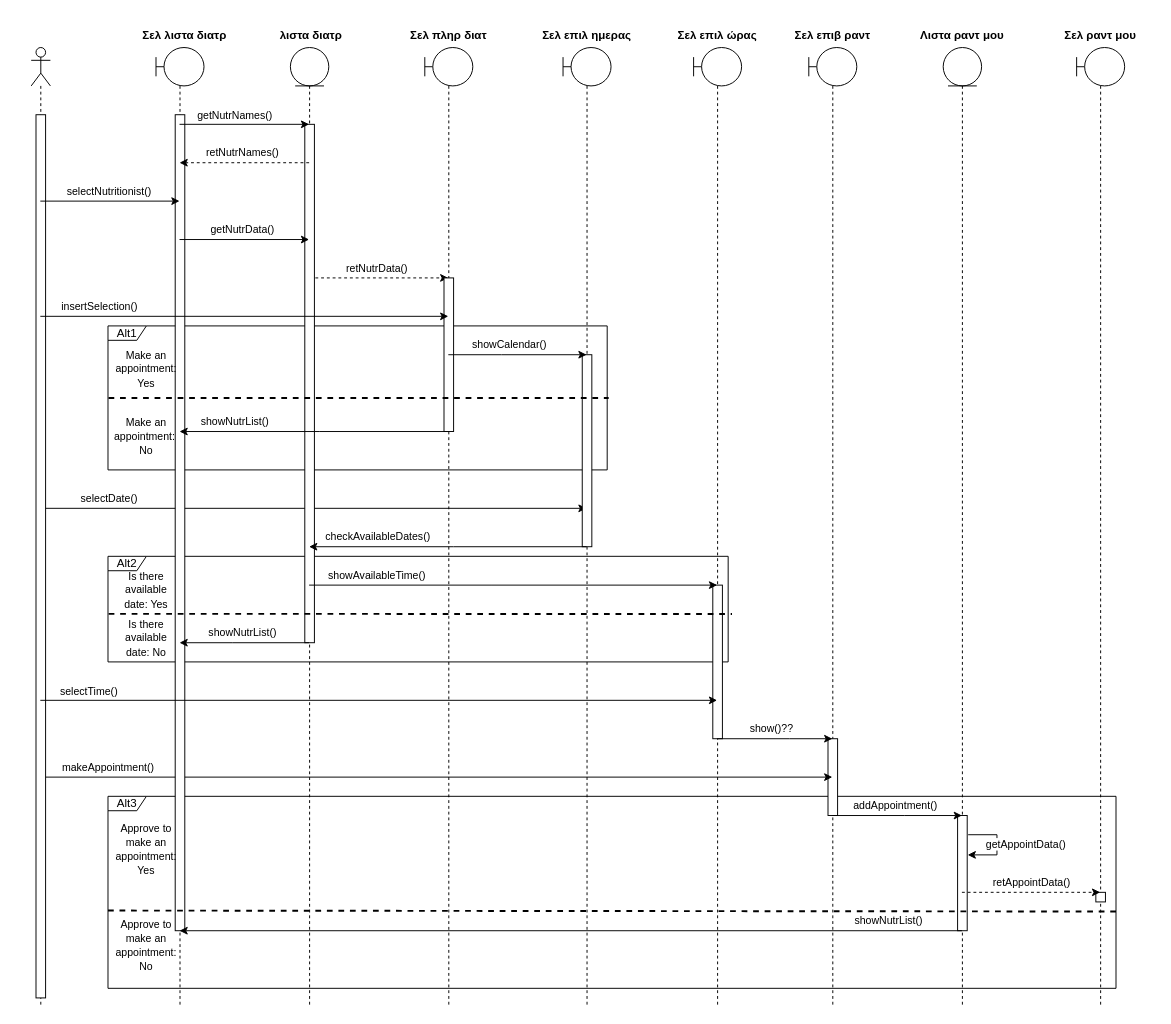
The draw.io diagram ΠΕΜΠΤΟ ΠΑΡΑΔΟΤΕΟ/ΔΙΟΡΘΩΣΕΙΣ ΠΡΟΗΓΟΥΜΕΝΩΝ ΠΑΡΑΔΟΤΕΩΝ/Sequence-diagrams-v0.2/sd_ραντεβου_με_διατροφολογο.drawio in Dionkaps/Eu-Zin, before the edit. Source tidied: cells renumbered, new cells numbered last; positions are measured from the earlier drawing's top-left corner, leaving out a move shared by most shapes. Both pictures are drawn from the tidied source at 96%, with x=0, y=0 at pixel (31, 22).
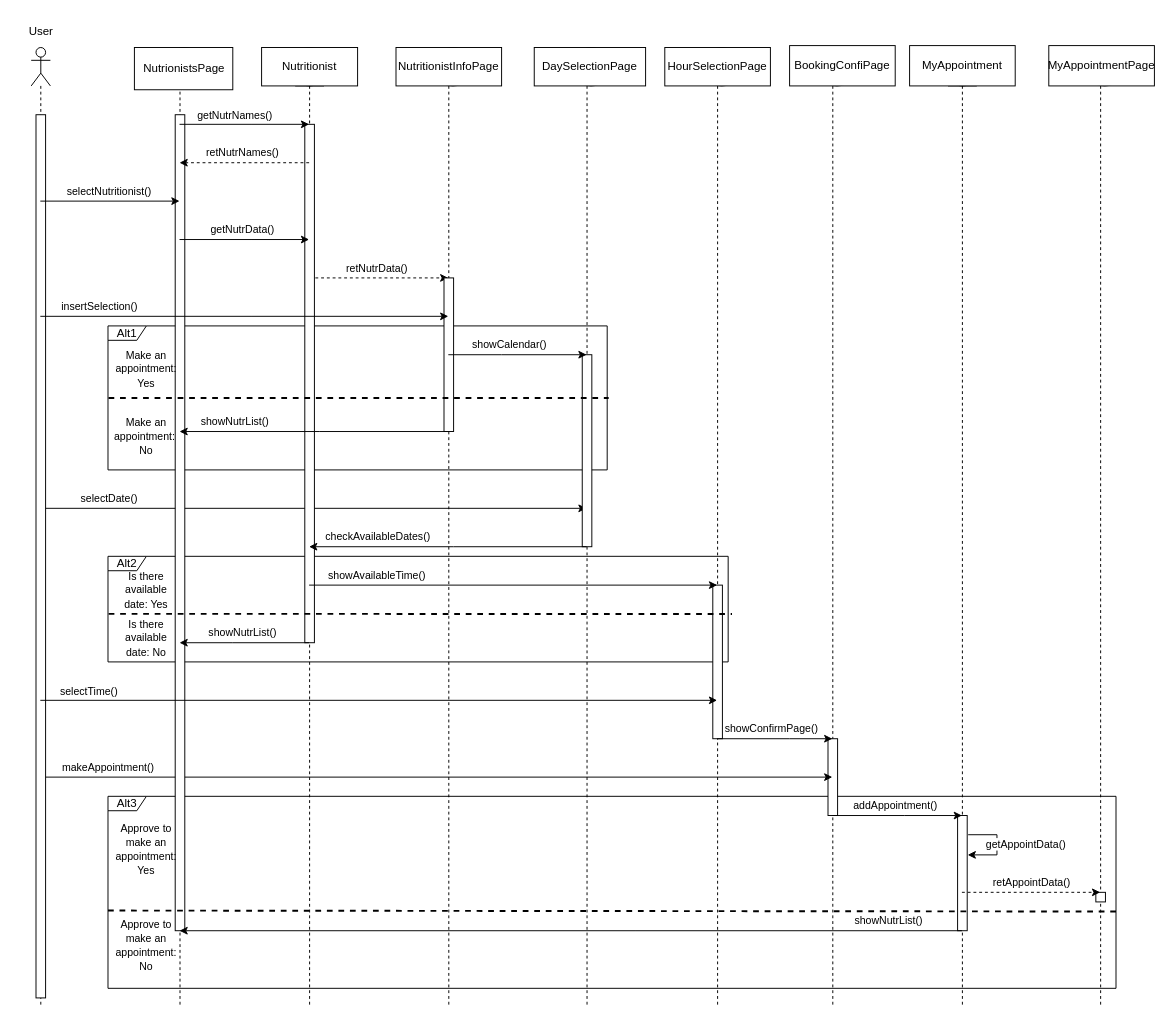
The same page after the edit.

The change refers to these unchanged cells:
```xml
<mxCell id="3" style="shape=umlLifeline;participant=umlBoundary;perimeter=lifelinePerimeter;whiteSpace=wrap;html=1;verticalAlign=top;spacingTop=36;outlineConnect=0;" parent="1" vertex="1">
  <mxGeometry x="810" y="26" width="50" height="1000" as="geometry" />
</mxCell>
<mxCell id="39" style="shape=umlLifeline;participant=umlBoundary;perimeter=lifelinePerimeter;whiteSpace=wrap;html=1;verticalAlign=top;spacingTop=36;outlineConnect=0;" parent="1" vertex="1">
  <mxGeometry x="690" y="26" width="50" height="1000" as="geometry" />
</mxCell>
```

The edit, as a diff of the source:
```diff
@@
-    <mxCell id="23" value="Σελ λιστα διατρ" style="text;align=center;fontStyle=1;verticalAlign=middle;spacingLeft=3;spacingRight=3;strokeColor=none;" parent="1" vertex="1">
-      <mxGeometry x="120" width="80" height="26" as="geometry" />
-    </mxCell>
-    <mxCell id="24" value=" λιστα διατρ" style="text;align=center;fontStyle=1;verticalAlign=middle;spacingLeft=3;spacingRight=3;strokeColor=none;" parent="1" vertex="1">
-      <mxGeometry x="250" width="80" height="26" as="geometry" />
-    </mxCell>
-    <mxCell id="25" value="Σελ πληρ διατ" style="text;align=center;fontStyle=1;verticalAlign=middle;spacingLeft=3;spacingRight=3;strokeColor=none;" parent="1" vertex="1">
-      <mxGeometry x="395" width="80" height="26" as="geometry" />
-    </mxCell>
@@
-    <mxCell id="38" value="Σελ επιλ ημερας" style="text;align=center;fontStyle=1;verticalAlign=middle;spacingLeft=3;spacingRight=3;strokeColor=none;" parent="1" vertex="1">
-      <mxGeometry x="539" width="80" height="26" as="geometry" />
-    </mxCell>
@@
-    <mxCell id="44" value="Σελ επιλ ώρας" style="text;align=center;fontStyle=1;verticalAlign=middle;spacingLeft=3;spacingRight=3;strokeColor=none;" parent="1" vertex="1">
-      <mxGeometry x="675" width="80" height="26" as="geometry" />
-    </mxCell>
@@
-    <mxCell id="50" value="show()??" style="endArrow=classic;html=1;rounded=0;strokeWidth=1;fontSize=11;" parent="1" edge="1" source="39" target="3">
+    <mxCell id="50" value="showConfirmPage()" style="endArrow=classic;html=1;rounded=0;strokeWidth=1;fontSize=11;" parent="1" edge="1" source="39" target="3">
       <mxGeometry x="-0.07" y="10" relative="1" as="geometry">
         <Array as="points">
           <mxPoint x="790" y="746" />
         </Array>
       </mxGeometry>
     </mxCell>
@@
-    <mxCell id="58" value="Σελ επιβ ραντ" style="text;align=center;fontStyle=1;verticalAlign=middle;spacingLeft=3;spacingRight=3;strokeColor=none;" parent="1" vertex="1">
-      <mxGeometry x="795" width="80" height="26" as="geometry" />
-    </mxCell>
-    <mxCell id="59" value="Λιστα ραντ μου" style="text;align=center;fontStyle=1;verticalAlign=middle;spacingLeft=3;spacingRight=3;strokeColor=none;" parent="1" vertex="1">
-      <mxGeometry x="930" width="80" height="26" as="geometry" />
-    </mxCell>
-    <mxCell id="60" value="Σελ ραντ μου" style="text;align=center;fontStyle=1;verticalAlign=middle;spacingLeft=3;spacingRight=3;strokeColor=none;" parent="1" vertex="1">
-      <mxGeometry x="1074" width="80" height="26" as="geometry" />
-    </mxCell>
+    <mxCell id="61" value="NutrionistsPage" style="rounded=0;whiteSpace=wrap;html=1;" parent="1" vertex="1">
+      <mxGeometry x="107.5" y="26" width="102.5" height="44" as="geometry" />
+    </mxCell>
+    <mxCell id="62" value="User" style="text;html=1;align=center;verticalAlign=middle;strokeColor=none;fillColor=none;" parent="1" vertex="1">
+      <mxGeometry x="-15" y="-6" width="50" height="30" as="geometry" />
+    </mxCell>
+    <mxCell id="63" value="Nutritionist" style="rounded=0;whiteSpace=wrap;html=1;" parent="1" vertex="1">
+      <mxGeometry x="240" y="26" width="100" height="40" as="geometry" />
+    </mxCell>
+    <mxCell id="64" value="NutritionistInfoPage" style="rounded=0;whiteSpace=wrap;html=1;" parent="1" vertex="1">
+      <mxGeometry x="380" y="26" width="110" height="40" as="geometry" />
+    </mxCell>
+    <mxCell id="65" value="DaySelectionPage" style="rounded=0;whiteSpace=wrap;html=1;" parent="1" vertex="1">
+      <mxGeometry x="524" y="26" width="116" height="40" as="geometry" />
+    </mxCell>
+    <mxCell id="66" value="HourSelectionPage" style="rounded=0;whiteSpace=wrap;html=1;" parent="1" vertex="1">
+      <mxGeometry x="660" y="26" width="110" height="40" as="geometry" />
+    </mxCell>
+    <mxCell id="67" value="BookingConfiPage" style="rounded=0;whiteSpace=wrap;html=1;" parent="1" vertex="1">
+      <mxGeometry x="790" y="24" width="110" height="42" as="geometry" />
+    </mxCell>
+    <mxCell id="68" value="MyAppointment" style="rounded=0;whiteSpace=wrap;html=1;" parent="1" vertex="1">
+      <mxGeometry x="915" y="24" width="110" height="42" as="geometry" />
+    </mxCell>
+    <mxCell id="69" value="MyAppointmentPage" style="rounded=0;whiteSpace=wrap;html=1;" parent="1" vertex="1">
+      <mxGeometry x="1060" y="24" width="110" height="42" as="geometry" />
+    </mxCell>
```
